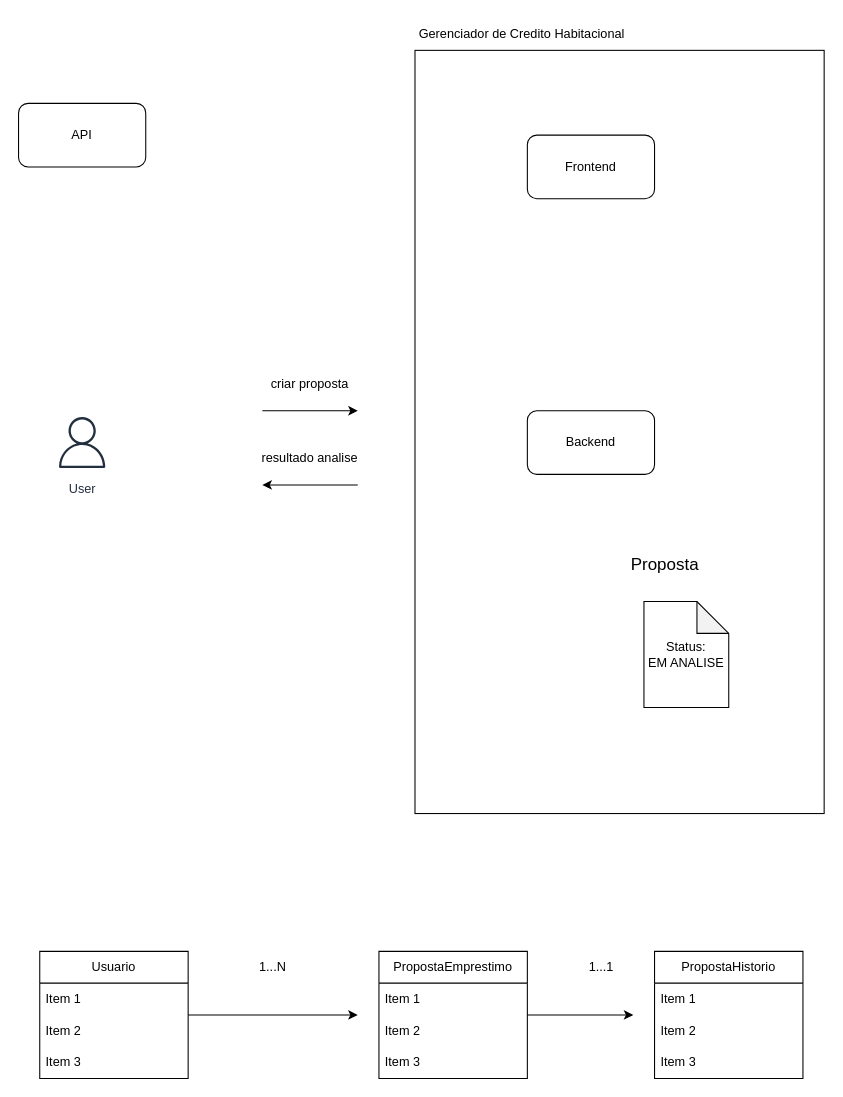
leonardomilv3/analise-credito-habitacional keeps this draw.io diagram as PSI_DEV_Pleno_Senior.drawio. Above is the earlier version. Source tidied: cells renumbered, new cells numbered last; positions are measured from the earlier drawing's top-left corner, leaving out a move shared by most shapes. Both pictures are drawn from the tidied source at 106%, with x=0, y=0 at pixel (18, 18).
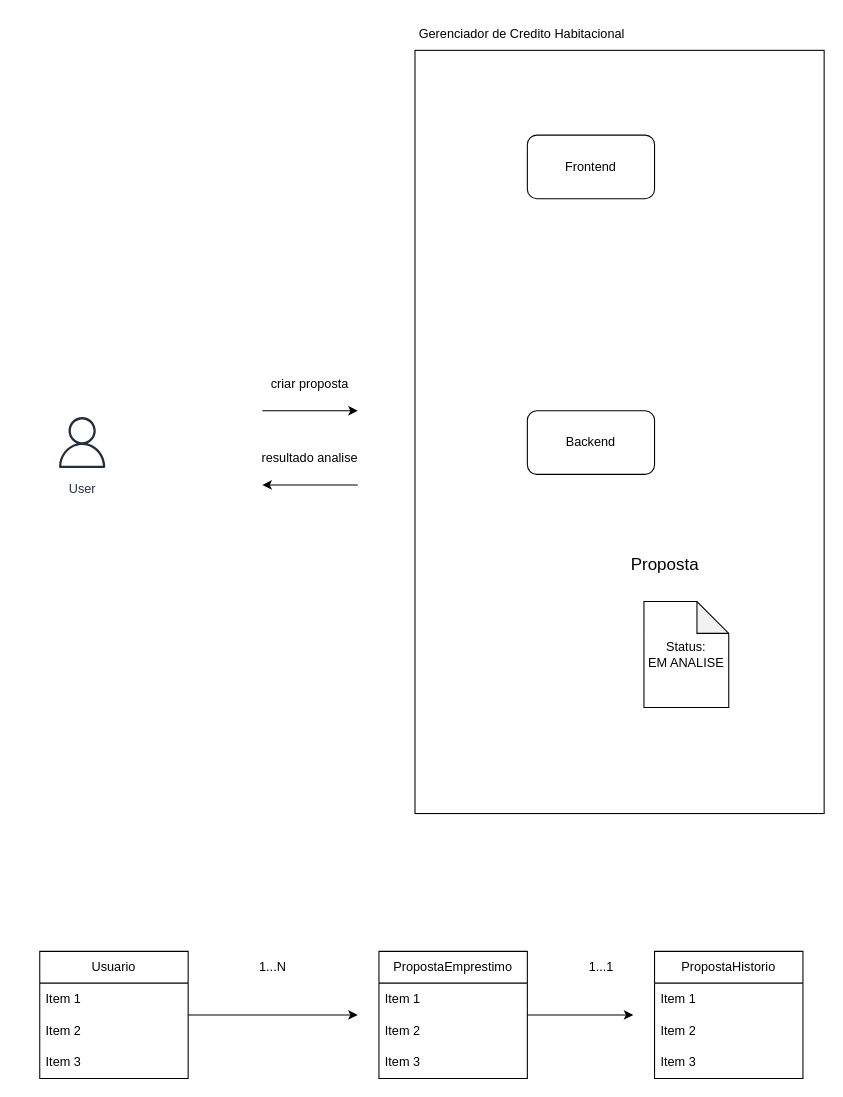
After the change.

Change to the diagram source:
```diff
@@
-    <mxCell id="3" value="API" style="rounded=1;whiteSpace=wrap;html=1;" parent="1" vertex="1">
-      <mxGeometry y="80" width="120" height="60" as="geometry" />
-    </mxCell>
```
